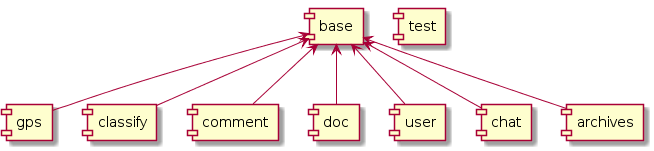
Earlier version of the PlantUML export doc/module.png (wangscript007/ranch).
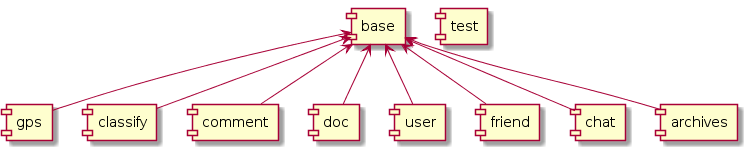
Later version of the same file.

What changed in the source:
```diff
@@ -5,6 +5,7 @@
 [base] <-- [comment]
 [base] <-- [doc]
 [base] <-- [user]
+[base] <-- [friend]
 [base] <-- [chat]
 [base] <-- [archives]
 [test]
```
